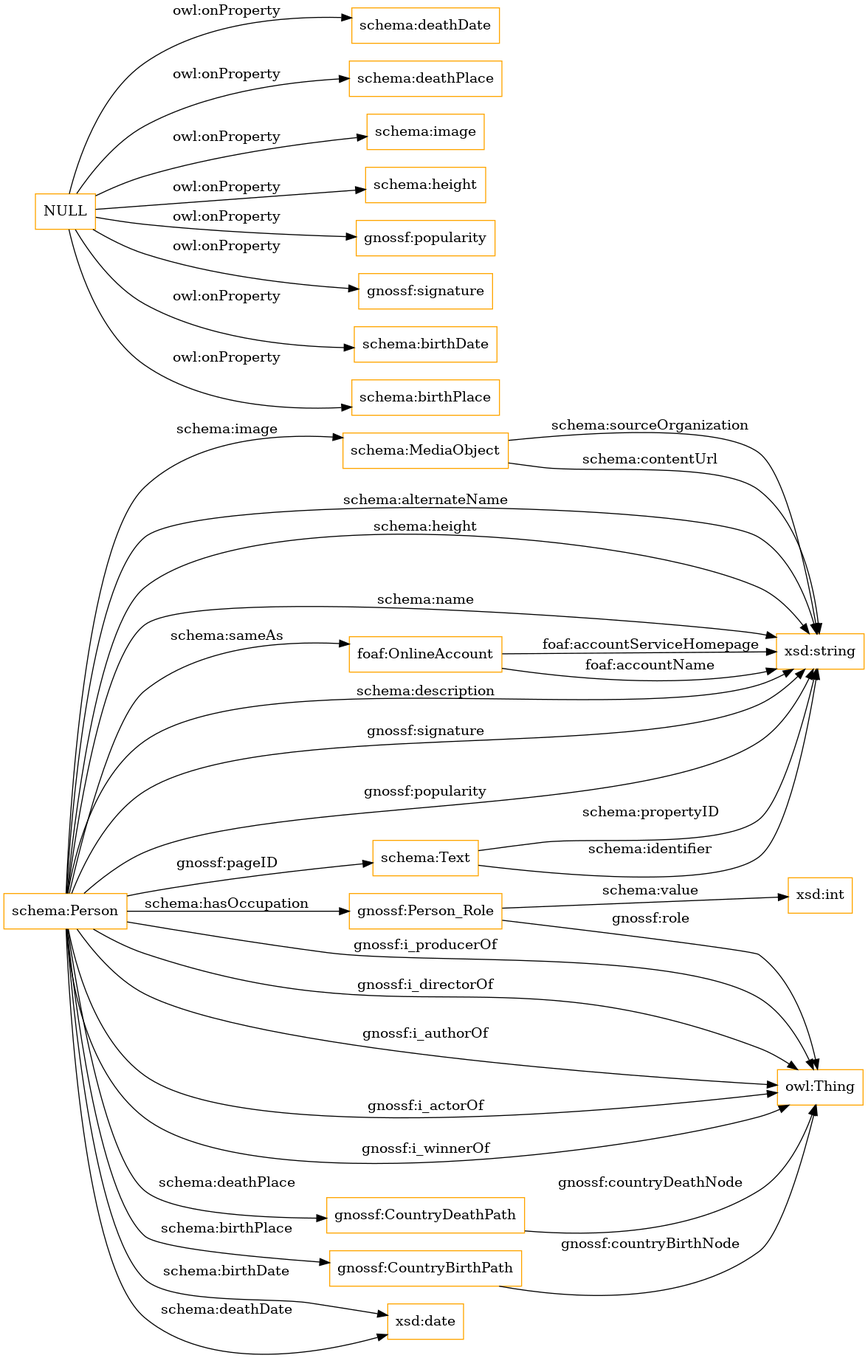
Before: OnToology/gfpersona.owl/diagrams/ar2dtool-class/gfpersona.owl.png, a diagram exported from Graphviz (sergio10mwws/ontologias-demo). Its source is kept beside it as OnToology/gfpersona.owl/diagrams/ar2dtool-class/gfpersona.owl.png.dot. Its diagram source:
```dot
digraph ar2dtool_diagram {
rankdir=LR;
size="1501"
node [shape = rectangle, color="orange"]; "gnossf:Person_Role" "schema:Person" "schema:Text" "foaf:OnlineAccount" "gnossf:CountryDeathPath" "gnossf:CountryBirthPath" "schema:MediaObject" ; /*classes style*/
	"NULL" -> "schema:deathDate" [ label = "owl:onProperty" ];
	"NULL" -> "schema:deathPlace" [ label = "owl:onProperty" ];
	"NULL" -> "schema:image" [ label = "owl:onProperty" ];
	"NULL" -> "schema:height" [ label = "owl:onProperty" ];
	"NULL" -> "gnossf:popularity" [ label = "owl:onProperty" ];
	"NULL" -> "gnossf:signature" [ label = "owl:onProperty" ];
	"NULL" -> "schema:birthDate" [ label = "owl:onProperty" ];
	"NULL" -> "schema:birthPlace" [ label = "owl:onProperty" ];
	"schema:Person" -> "xsd:string" [ label = "schema:alternateName" ];
	"schema:Person" -> "owl:Thing" [ label = "gnossf:i_actorOf" ];
	"schema:Person" -> "gnossf:CountryBirthPath" [ label = "schema:birthPlace" ];
	"schema:Person" -> "owl:Thing" [ label = "gnossf:i_winnerOf" ];
	"schema:Person" -> "xsd:string" [ label = "schema:height" ];
	"schema:Person" -> "foaf:OnlineAccount" [ label = "schema:sameAs" ];
	"schema:MediaObject" -> "xsd:string" [ label = "schema:contentUrl" ];
	"gnossf:Person_Role" -> "xsd:int" [ label = "schema:value" ];
	"schema:Person" -> "xsd:date" [ label = "schema:deathDate" ];
	"gnossf:CountryBirthPath" -> "owl:Thing" [ label = "gnossf:countryBirthNode" ];
	"schema:MediaObject" -> "xsd:string" [ label = "schema:sourceOrganization" ];
	"foaf:OnlineAccount" -> "xsd:string" [ label = "foaf:accountServiceHomepage" ];
	"schema:Person" -> "gnossf:Person_Role" [ label = "schema:hasOccupation" ];
	"schema:Text" -> "xsd:string" [ label = "schema:identifier" ];
	"schema:Person" -> "xsd:string" [ label = "schema:name" ];
	"schema:Person" -> "owl:Thing" [ label = "gnossf:i_producerOf" ];
	"schema:Person" -> "schema:Text" [ label = "gnossf:pageID" ];
	"schema:Person" -> "owl:Thing" [ label = "gnossf:i_directorOf" ];
	"gnossf:Person_Role" -> "owl:Thing" [ label = "gnossf:role" ];
	"schema:Person" -> "gnossf:CountryDeathPath" [ label = "schema:deathPlace" ];
	"schema:Person" -> "owl:Thing" [ label = "gnossf:i_authorOf" ];
	"schema:Person" -> "schema:MediaObject" [ label = "schema:image" ];
	"schema:Person" -> "xsd:string" [ label = "schema:description" ];
	"gnossf:CountryDeathPath" -> "owl:Thing" [ label = "gnossf:countryDeathNode" ];
	"schema:Text" -> "xsd:string" [ label = "schema:propertyID" ];
	"schema:Person" -> "xsd:string" [ label = "gnossf:signature" ];
	"foaf:OnlineAccount" -> "xsd:string" [ label = "foaf:accountName" ];
	"schema:Person" -> "xsd:date" [ label = "schema:birthDate" ];
	"schema:Person" -> "xsd:string" [ label = "gnossf:popularity" ];

}
```
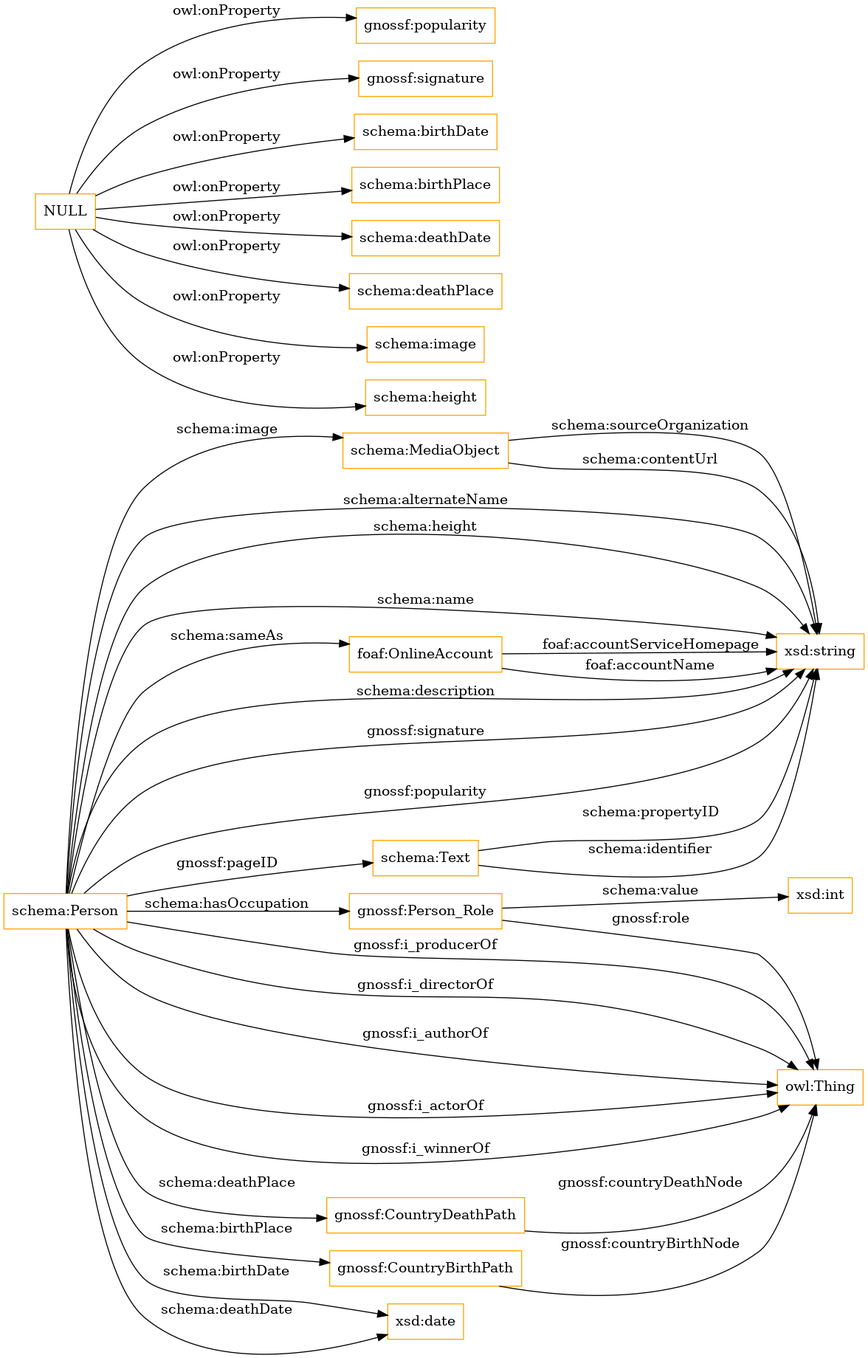
The same diagram one commit later.

Change to the diagram source:
```diff
@@ -2,14 +2,14 @@
 rankdir=LR;
 size="1501"
 node [shape = rectangle, color="orange"]; "gnossf:Person_Role" "schema:Person" "schema:Text" "foaf:OnlineAccount" "gnossf:CountryDeathPath" "gnossf:CountryBirthPath" "schema:MediaObject" ; /*classes style*/
+	"NULL" -> "gnossf:popularity" [ label = "owl:onProperty" ];
+	"NULL" -> "gnossf:signature" [ label = "owl:onProperty" ];
+	"NULL" -> "schema:birthDate" [ label = "owl:onProperty" ];
+	"NULL" -> "schema:birthPlace" [ label = "owl:onProperty" ];
 	"NULL" -> "schema:deathDate" [ label = "owl:onProperty" ];
 	"NULL" -> "schema:deathPlace" [ label = "owl:onProperty" ];
 	"NULL" -> "schema:image" [ label = "owl:onProperty" ];
 	"NULL" -> "schema:height" [ label = "owl:onProperty" ];
-	"NULL" -> "gnossf:popularity" [ label = "owl:onProperty" ];
-	"NULL" -> "gnossf:signature" [ label = "owl:onProperty" ];
-	"NULL" -> "schema:birthDate" [ label = "owl:onProperty" ];
-	"NULL" -> "schema:birthPlace" [ label = "owl:onProperty" ];
 	"schema:Person" -> "xsd:string" [ label = "schema:alternateName" ];
 	"schema:Person" -> "owl:Thing" [ label = "gnossf:i_actorOf" ];
 	"schema:Person" -> "gnossf:CountryBirthPath" [ label = "schema:birthPlace" ];
```
